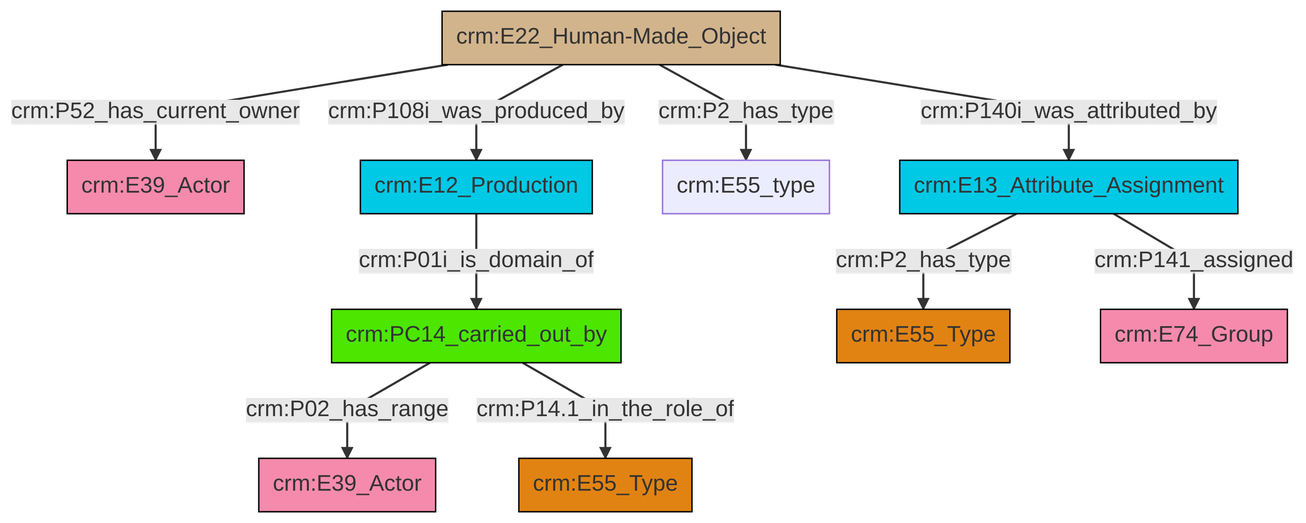
The Mermaid diagram et/builtWorkCSV/ttl/mmd/png/Built_Work_actor_relations.png in swiss-art-research-net/docs.swissartresearch, before a commit. Its source is kept beside it as et/builtWorkCSV/ttl/mmd/Built_Work_actor_relations.ttl.mmd.
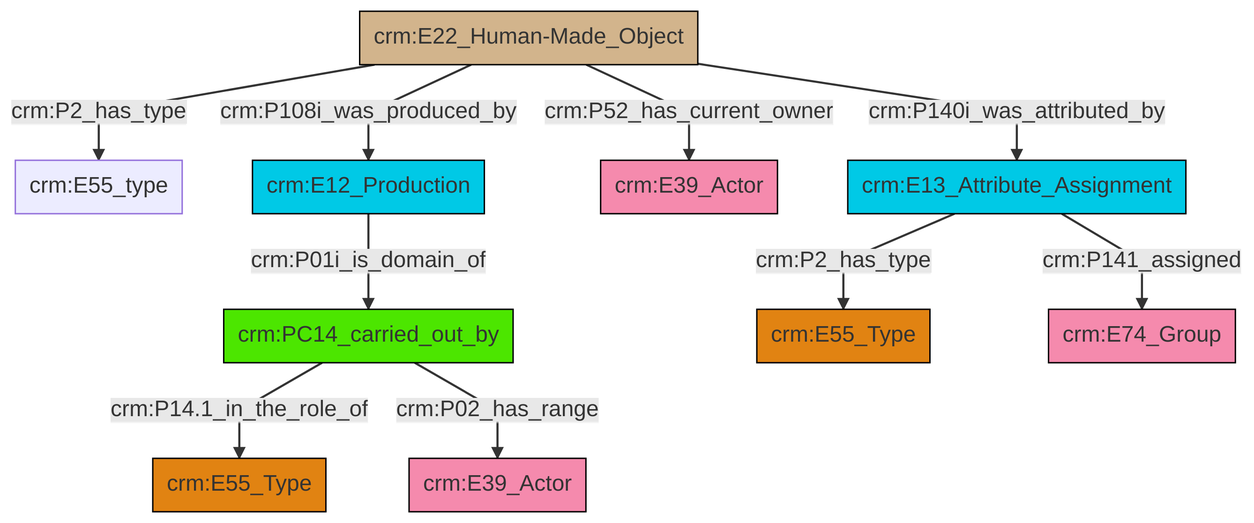
Above is the later version.

The edit, as a diff of the source:
```diff
@@ -13,12 +13,12 @@
 classDef PC_Classes fill:#4ce600, stroke:#000000;
 classDef Multi fill:#cccccc,stroke:#000000;
 
-2["crm:E22_Human-Made_Object"]:::Physical_Thing -->|crm:P52_has_current_owner| 3["crm:E39_Actor"]:::Actor
-2["crm:E22_Human-Made_Object"]:::Physical_Thing -->|crm:P108i_was_produced_by| 5["crm:E12_Production"]:::Temporal_Entity
-5["crm:E12_Production"]:::Temporal_Entity -->|crm:P01i_is_domain_of| 6["crm:PC14_carried_out_by"]:::PC_Classes
-2["crm:E22_Human-Made_Object"]:::Physical_Thing -->|crm:P2_has_type| 7["crm:E55_type"]:::Default
-6["crm:PC14_carried_out_by"]:::PC_Classes -->|crm:P02_has_range| 8["crm:E39_Actor"]:::Actor
-2["crm:E22_Human-Made_Object"]:::Physical_Thing -->|crm:P140i_was_attributed_by| 9["crm:E13_Attribute_Assignment"]:::Temporal_Entity
-9["crm:E13_Attribute_Assignment"]:::Temporal_Entity -->|crm:P2_has_type| 0["crm:E55_Type"]:::Type
-6["crm:PC14_carried_out_by"]:::PC_Classes -->|crm:P14.1_in_the_role_of| 16["crm:E55_Type"]:::Type
-9["crm:E13_Attribute_Assignment"]:::Temporal_Entity -->|crm:P141_assigned| 18["crm:E74_Group"]:::Actor
+4["crm:E13_Attribute_Assignment"]:::Temporal_Entity -->|crm:P2_has_type| 5["crm:E55_Type"]:::Type
+8["crm:E22_Human-Made_Object"]:::Physical_Thing -->|crm:P2_has_type| 9["crm:E55_type"]:::Default
+8["crm:E22_Human-Made_Object"]:::Physical_Thing -->|crm:P108i_was_produced_by| 11["crm:E12_Production"]:::Temporal_Entity
+11["crm:E12_Production"]:::Temporal_Entity -->|crm:P01i_is_domain_of| 13["crm:PC14_carried_out_by"]:::PC_Classes
+13["crm:PC14_carried_out_by"]:::PC_Classes -->|crm:P14.1_in_the_role_of| 6["crm:E55_Type"]:::Type
+8["crm:E22_Human-Made_Object"]:::Physical_Thing -->|crm:P52_has_current_owner| 2["crm:E39_Actor"]:::Actor
+13["crm:PC14_carried_out_by"]:::PC_Classes -->|crm:P02_has_range| 0["crm:E39_Actor"]:::Actor
+8["crm:E22_Human-Made_Object"]:::Physical_Thing -->|crm:P140i_was_attributed_by| 4["crm:E13_Attribute_Assignment"]:::Temporal_Entity
+4["crm:E13_Attribute_Assignment"]:::Temporal_Entity -->|crm:P141_assigned| 17["crm:E74_Group"]:::Actor
```
